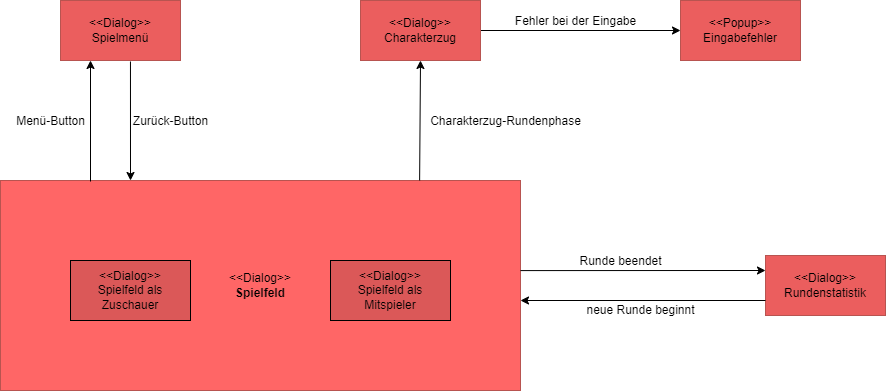
This is Documentation/Requirement_specification_document/images/meilen3_a1_Spielfeld.png from LeverageAlex/DuneRTS, a draw.io export, as it was before one commit. Source tidied: cells renumbered, new cells last; positions are measured from the earlier drawing's top-left corner, leaving out a move shared by most shapes. Source of this version:
```xml
<mxGraphModel>
  <root>
    <mxCell id="0" />
    <mxCell id="1" parent="0" />
    <mxCell id="2" value="&amp;lt;&amp;lt;Dialog&amp;gt;&amp;gt;&lt;br&gt;Spielmenü" style="rounded=0;whiteSpace=wrap;html=1;fillColor=#EB5E5E;strokeColor=#b85450;" parent="1" vertex="1">
      <mxGeometry x="60" width="120" height="60" as="geometry" />
    </mxCell>
    <mxCell id="3" value="&amp;lt;&amp;lt;Dialog&amp;gt;&amp;gt;&lt;br&gt;&lt;b&gt;Spielfeld&lt;/b&gt;" style="rounded=0;whiteSpace=wrap;html=1;fillColor=#FF6666;strokeColor=#b85450;" parent="1" vertex="1">
      <mxGeometry y="180" width="520" height="210" as="geometry" />
    </mxCell>
    <mxCell id="4" value="&amp;lt;&amp;lt;Dialog&amp;gt;&amp;gt;&lt;br&gt;Spielfeld als Zuschauer" style="rounded=0;whiteSpace=wrap;html=1;fillColor=#DB5858;strokeColor=#000000;" parent="1" vertex="1">
      <mxGeometry x="70" y="260" width="120" height="60" as="geometry" />
    </mxCell>
    <mxCell id="5" value="&amp;lt;&amp;lt;Dialog&amp;gt;&amp;gt;&lt;br&gt;Spielfeld als Mitspieler" style="rounded=0;whiteSpace=wrap;html=1;fillColor=#DB5858;strokeColor=#000000;" parent="1" vertex="1">
      <mxGeometry x="330" y="260" width="120" height="60" as="geometry" />
    </mxCell>
    <mxCell id="6" value="&amp;lt;&amp;lt;Popup&amp;gt;&amp;gt;&lt;br&gt;Eingabefehler" style="rounded=0;whiteSpace=wrap;html=1;fillColor=#EB5E5E;strokeColor=#b85450;" parent="1" vertex="1">
      <mxGeometry x="680" width="120" height="60" as="geometry" />
    </mxCell>
    <mxCell id="7" value="&amp;lt;&amp;lt;Dialog&amp;gt;&amp;gt;&lt;br&gt;Rundenstatistik" style="rounded=0;whiteSpace=wrap;html=1;fillColor=#EB5E5E;strokeColor=#b85450;" parent="1" vertex="1">
      <mxGeometry x="765" y="255" width="120" height="60" as="geometry" />
    </mxCell>
    <mxCell id="8" style="endArrow=classic;html=1;rounded=0;entryX=0.25;entryY=1;entryDx=0;entryDy=0;" parent="1" edge="1" target="2">
      <mxGeometry relative="1" as="geometry">
        <mxPoint x="90" y="181" as="sourcePoint" />
      </mxGeometry>
    </mxCell>
    <mxCell id="9" value="Menü-Button" style="text;html=1;align=center;verticalAlign=middle;strokeColor=none;fillColor=none;" parent="1" vertex="1">
      <mxGeometry x="10" y="111" width="80" height="20" as="geometry" />
    </mxCell>
    <mxCell id="10" style="endArrow=classic;html=1;rounded=0;entryX=0.25;entryY=0;entryDx=0;entryDy=0;exitX=0.583;exitY=1.017;exitDx=0;exitDy=0;exitPerimeter=0;" parent="1" edge="1" source="2" target="3">
      <mxGeometry relative="1" as="geometry" />
    </mxCell>
    <mxCell id="11" value="Zurück-Button" style="text;html=1;align=center;verticalAlign=middle;strokeColor=none;fillColor=none;" parent="1" vertex="1">
      <mxGeometry x="125" y="111" width="90" height="20" as="geometry" />
    </mxCell>
    <mxCell id="12" style="endArrow=classic;html=1;rounded=0;entryX=0;entryY=0.5;entryDx=0;entryDy=0;exitX=1;exitY=0.5;exitDx=0;exitDy=0;" parent="1" edge="1" source="15" target="6">
      <mxGeometry relative="1" as="geometry" />
    </mxCell>
    <mxCell id="13" value="Fehler bei der Eingabe" style="text;html=1;align=center;verticalAlign=middle;strokeColor=none;fillColor=none;" parent="1" vertex="1">
      <mxGeometry x="505" y="11" width="140" height="20" as="geometry" />
    </mxCell>
    <mxCell id="14" style="endArrow=classic;html=1;rounded=0;entryX=0;entryY=0.25;entryDx=0;entryDy=0;exitX=1;exitY=0.429;exitDx=0;exitDy=0;exitPerimeter=0;" parent="1" edge="1" source="3" target="7">
      <mxGeometry relative="1" as="geometry" />
    </mxCell>
    <mxCell id="15" value="&amp;lt;&amp;lt;Dialog&amp;gt;&amp;gt;&lt;br&gt;Charakterzug" style="rounded=0;whiteSpace=wrap;html=1;fillColor=#EB5E5E;strokeColor=#b85450;" parent="1" vertex="1">
      <mxGeometry x="360" width="120" height="60" as="geometry" />
    </mxCell>
    <mxCell id="16" style="endArrow=classic;html=1;rounded=0;entryX=0.5;entryY=1;entryDx=0;entryDy=0;exitX=0.806;exitY=0;exitDx=0;exitDy=0;exitPerimeter=0;" parent="1" edge="1" source="3" target="15">
      <mxGeometry relative="1" as="geometry" />
    </mxCell>
    <mxCell id="17" value="Charakterzug-Rundenphase" style="text;html=1;align=center;verticalAlign=middle;strokeColor=none;fillColor=none;" parent="1" vertex="1">
      <mxGeometry x="420" y="111" width="170" height="20" as="geometry" />
    </mxCell>
    <mxCell id="18" value="Runde beendet" style="text;html=1;align=center;verticalAlign=middle;strokeColor=none;fillColor=none;" parent="1" vertex="1">
      <mxGeometry x="570" y="251" width="100" height="20" as="geometry" />
    </mxCell>
    <mxCell id="19" style="endArrow=classic;html=1;rounded=0;exitX=0;exitY=0.75;exitDx=0;exitDy=0;" parent="1" edge="1" source="7">
      <mxGeometry relative="1" as="geometry">
        <mxPoint x="520" y="300" as="targetPoint" />
      </mxGeometry>
    </mxCell>
    <mxCell id="20" value="neue Runde beginnt" style="text;html=1;align=center;verticalAlign=middle;strokeColor=none;fillColor=none;" parent="1" vertex="1">
      <mxGeometry x="580" y="300" width="120" height="20" as="geometry" />
    </mxCell>
  </root>
</mxGraphModel>
```
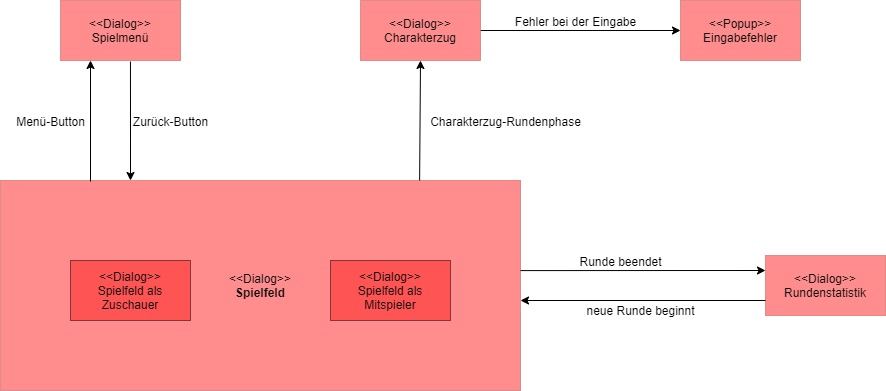
After the commit.

The edit, as a diff of the source:
```diff
@@ -2,22 +2,22 @@
   <root>
     <mxCell id="0" />
     <mxCell id="1" parent="0" />
-    <mxCell id="2" value="&amp;lt;&amp;lt;Dialog&amp;gt;&amp;gt;&lt;br&gt;Spielmenü" style="rounded=0;whiteSpace=wrap;html=1;fillColor=#EB5E5E;strokeColor=#b85450;" parent="1" vertex="1">
+    <mxCell id="2" value="&amp;lt;&amp;lt;Dialog&amp;gt;&amp;gt;&lt;br&gt;Spielmenü" style="rounded=0;whiteSpace=wrap;html=1;fillColor=#FF1C1C;strokeColor=#b85450;opacity=50;" parent="1" vertex="1">
       <mxGeometry x="60" width="120" height="60" as="geometry" />
     </mxCell>
-    <mxCell id="3" value="&amp;lt;&amp;lt;Dialog&amp;gt;&amp;gt;&lt;br&gt;&lt;b&gt;Spielfeld&lt;/b&gt;" style="rounded=0;whiteSpace=wrap;html=1;fillColor=#FF6666;strokeColor=#b85450;" parent="1" vertex="1">
+    <mxCell id="3" value="&amp;lt;&amp;lt;Dialog&amp;gt;&amp;gt;&lt;br&gt;&lt;b&gt;Spielfeld&lt;/b&gt;" style="rounded=0;whiteSpace=wrap;html=1;fillColor=#FF1C1C;strokeColor=#b85450;opacity=50;" parent="1" vertex="1">
       <mxGeometry y="180" width="520" height="210" as="geometry" />
     </mxCell>
-    <mxCell id="4" value="&amp;lt;&amp;lt;Dialog&amp;gt;&amp;gt;&lt;br&gt;Spielfeld als Zuschauer" style="rounded=0;whiteSpace=wrap;html=1;fillColor=#DB5858;strokeColor=#000000;" parent="1" vertex="1">
+    <mxCell id="4" value="&amp;lt;&amp;lt;Dialog&amp;gt;&amp;gt;&lt;br&gt;Spielfeld als Zuschauer" style="rounded=0;whiteSpace=wrap;html=1;fillColor=#FF1C1C;strokeColor=#000000;opacity=50;" parent="1" vertex="1">
       <mxGeometry x="70" y="260" width="120" height="60" as="geometry" />
     </mxCell>
-    <mxCell id="5" value="&amp;lt;&amp;lt;Dialog&amp;gt;&amp;gt;&lt;br&gt;Spielfeld als Mitspieler" style="rounded=0;whiteSpace=wrap;html=1;fillColor=#DB5858;strokeColor=#000000;" parent="1" vertex="1">
+    <mxCell id="5" value="&amp;lt;&amp;lt;Dialog&amp;gt;&amp;gt;&lt;br&gt;Spielfeld als Mitspieler" style="rounded=0;whiteSpace=wrap;html=1;fillColor=#FF1C1C;strokeColor=#000000;opacity=50;" parent="1" vertex="1">
       <mxGeometry x="330" y="260" width="120" height="60" as="geometry" />
     </mxCell>
-    <mxCell id="6" value="&amp;lt;&amp;lt;Popup&amp;gt;&amp;gt;&lt;br&gt;Eingabefehler" style="rounded=0;whiteSpace=wrap;html=1;fillColor=#EB5E5E;strokeColor=#b85450;" parent="1" vertex="1">
+    <mxCell id="6" value="&amp;lt;&amp;lt;Popup&amp;gt;&amp;gt;&lt;br&gt;Eingabefehler" style="rounded=0;whiteSpace=wrap;html=1;fillColor=#FF1C1C;strokeColor=#b85450;opacity=50;" parent="1" vertex="1">
       <mxGeometry x="680" width="120" height="60" as="geometry" />
     </mxCell>
-    <mxCell id="7" value="&amp;lt;&amp;lt;Dialog&amp;gt;&amp;gt;&lt;br&gt;Rundenstatistik" style="rounded=0;whiteSpace=wrap;html=1;fillColor=#EB5E5E;strokeColor=#b85450;" parent="1" vertex="1">
+    <mxCell id="7" value="&amp;lt;&amp;lt;Dialog&amp;gt;&amp;gt;&lt;br&gt;Rundenstatistik" style="rounded=0;whiteSpace=wrap;html=1;fillColor=#FF1C1C;strokeColor=#b85450;opacity=50;" parent="1" vertex="1">
       <mxGeometry x="765" y="255" width="120" height="60" as="geometry" />
     </mxCell>
     <mxCell id="8" style="endArrow=classic;html=1;rounded=0;entryX=0.25;entryY=1;entryDx=0;entryDy=0;" parent="1" edge="1" target="2">
@@ -43,7 +43,7 @@
     <mxCell id="14" style="endArrow=classic;html=1;rounded=0;entryX=0;entryY=0.25;entryDx=0;entryDy=0;exitX=1;exitY=0.429;exitDx=0;exitDy=0;exitPerimeter=0;" parent="1" edge="1" source="3" target="7">
       <mxGeometry relative="1" as="geometry" />
     </mxCell>
-    <mxCell id="15" value="&amp;lt;&amp;lt;Dialog&amp;gt;&amp;gt;&lt;br&gt;Charakterzug" style="rounded=0;whiteSpace=wrap;html=1;fillColor=#EB5E5E;strokeColor=#b85450;" parent="1" vertex="1">
+    <mxCell id="15" value="&amp;lt;&amp;lt;Dialog&amp;gt;&amp;gt;&lt;br&gt;Charakterzug" style="rounded=0;whiteSpace=wrap;html=1;fillColor=#FF1C1C;strokeColor=#b85450;opacity=50;" parent="1" vertex="1">
       <mxGeometry x="360" width="120" height="60" as="geometry" />
     </mxCell>
     <mxCell id="16" style="endArrow=classic;html=1;rounded=0;entryX=0.5;entryY=1;entryDx=0;entryDy=0;exitX=0.806;exitY=0;exitDx=0;exitDy=0;exitPerimeter=0;" parent="1" edge="1" source="3" target="15">
```
